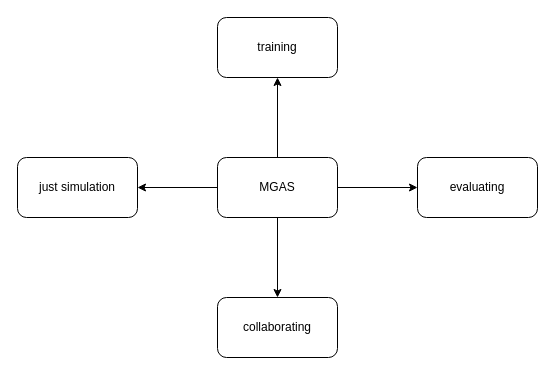
Above: page "Application_framework" (4 of 4) of Sim_Survey.drawio in bianhua-12/Multi-generative_Agent_System_survey (draw.io), before the change. Source tidied: cells renumbered, new cells numbered last; positions are measured from the earlier drawing's top-left corner, leaving out a move shared by most shapes. Both pictures are drawn from the tidied source at 100%, with x=0, y=0 at pixel (17, 17).
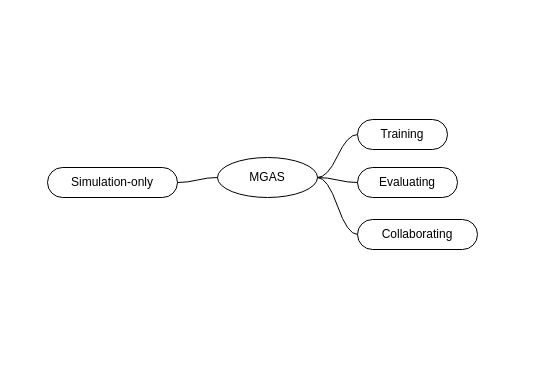
After the change.

Commit message:
重新构建Application_framework

The edit, as a diff of the source:
```diff
@@
 <mxGraphModel>
   <root>
     <mxCell id="0" />
     <mxCell id="1" parent="0" />
-    <mxCell id="2" style="edgeStyle=orthogonalEdgeStyle;rounded=0;jettySize=auto;html=1;" parent="1" edge="1" source="6" target="7">
-      <mxGeometry relative="1" as="geometry" />
-    </mxCell>
-    <mxCell id="3" style="edgeStyle=orthogonalEdgeStyle;rounded=0;jettySize=auto;html=1;" parent="1" edge="1" source="6" target="8">
-      <mxGeometry relative="1" as="geometry" />
-    </mxCell>
-    <mxCell id="4" style="edgeStyle=orthogonalEdgeStyle;rounded=0;jettySize=auto;html=1;" parent="1" edge="1" source="6" target="9">
-      <mxGeometry relative="1" as="geometry" />
-    </mxCell>
-    <mxCell id="5" style="edgeStyle=orthogonalEdgeStyle;rounded=0;jettySize=auto;html=1;" parent="1" edge="1" source="6" target="10">
-      <mxGeometry relative="1" as="geometry" />
-    </mxCell>
-    <mxCell id="6" value="MGAS" style="rounded=1;whiteSpace=wrap;html=1;" parent="1" vertex="1">
-      <mxGeometry x="200" y="140" width="120" height="60" as="geometry" />
+    <mxCell id="6" value="MGAS" style="ellipse;whiteSpace=wrap;html=1;align=center;newEdgeStyle={&quot;edgeStyle&quot;:&quot;entityRelationEdgeStyle&quot;,&quot;startArrow&quot;:&quot;none&quot;,&quot;endArrow&quot;:&quot;none&quot;,&quot;segment&quot;:10,&quot;curved&quot;:1,&quot;sourcePerimeterSpacing&quot;:0,&quot;targetPerimeterSpacing&quot;:0};" parent="1" vertex="1">
+      <mxGeometry x="200" y="140" width="100" height="40" as="geometry" />
     </mxCell>
-    <mxCell id="7" value="evaluating" style="whiteSpace=wrap;html=1;rounded=1;" parent="1" vertex="1">
-      <mxGeometry x="400" y="140" width="120" height="60" as="geometry" />
-    </mxCell>
-    <mxCell id="8" value="just simulation" style="whiteSpace=wrap;html=1;rounded=1;" parent="1" vertex="1">
-      <mxGeometry y="140" width="120" height="60" as="geometry" />
-    </mxCell>
-    <mxCell id="9" value="training" style="whiteSpace=wrap;html=1;rounded=1;" parent="1" vertex="1">
-      <mxGeometry x="200" width="120" height="60" as="geometry" />
-    </mxCell>
-    <mxCell id="10" value="collaborating" style="whiteSpace=wrap;html=1;rounded=1;" parent="1" vertex="1">
-      <mxGeometry x="200" y="280" width="120" height="60" as="geometry" />
-    </mxCell>
+    <mxCell id="11" value="Simulation-only" style="whiteSpace=wrap;html=1;rounded=1;arcSize=50;align=center;verticalAlign=middle;strokeWidth=1;spacing=4;newEdgeStyle={&quot;edgeStyle&quot;:&quot;entityRelationEdgeStyle&quot;,&quot;startArrow&quot;:&quot;none&quot;,&quot;endArrow&quot;:&quot;none&quot;,&quot;segment&quot;:10,&quot;curved&quot;:1,&quot;sourcePerimeterSpacing&quot;:0,&quot;targetPerimeterSpacing&quot;:0};" parent="1" vertex="1">
+      <mxGeometry x="30" y="150" width="130" height="30" as="geometry" />
+    </mxCell>
+    <mxCell id="12" style="edgeStyle=entityRelationEdgeStyle;startArrow=none;endArrow=none;segment=10;curved=1;sourcePerimeterSpacing=0;targetPerimeterSpacing=0;rounded=0;exitX=0;exitY=0.5;exitDx=0;exitDy=0;" parent="1" edge="1" source="6" target="11">
+      <mxGeometry relative="1" as="geometry" />
+    </mxCell>
+    <mxCell id="13" value="Training" style="whiteSpace=wrap;html=1;rounded=1;arcSize=50;align=center;verticalAlign=middle;strokeWidth=1;spacing=4;newEdgeStyle={&quot;edgeStyle&quot;:&quot;entityRelationEdgeStyle&quot;,&quot;startArrow&quot;:&quot;none&quot;,&quot;endArrow&quot;:&quot;none&quot;,&quot;segment&quot;:10,&quot;curved&quot;:1,&quot;sourcePerimeterSpacing&quot;:0,&quot;targetPerimeterSpacing&quot;:0};" parent="1" vertex="1">
+      <mxGeometry x="340" y="102" width="90" height="30" as="geometry" />
+    </mxCell>
+    <mxCell id="14" style="edgeStyle=entityRelationEdgeStyle;startArrow=none;endArrow=none;segment=10;curved=1;sourcePerimeterSpacing=0;targetPerimeterSpacing=0;rounded=0;exitX=1;exitY=0.5;exitDx=0;exitDy=0;" parent="1" edge="1" source="6" target="13">
+      <mxGeometry relative="1" as="geometry">
+        <Array as="points">
+          <mxPoint x="320" y="204" />
+        </Array>
+      </mxGeometry>
+    </mxCell>
+    <mxCell id="15" value="Evaluating" style="whiteSpace=wrap;html=1;rounded=1;arcSize=50;align=center;verticalAlign=middle;strokeWidth=1;spacing=4;newEdgeStyle={&quot;edgeStyle&quot;:&quot;entityRelationEdgeStyle&quot;,&quot;startArrow&quot;:&quot;none&quot;,&quot;endArrow&quot;:&quot;none&quot;,&quot;segment&quot;:10,&quot;curved&quot;:1,&quot;sourcePerimeterSpacing&quot;:0,&quot;targetPerimeterSpacing&quot;:0};" parent="1" vertex="1">
+      <mxGeometry x="340" y="150" width="100" height="30" as="geometry" />
+    </mxCell>
+    <mxCell id="16" style="edgeStyle=entityRelationEdgeStyle;startArrow=none;endArrow=none;segment=10;curved=1;sourcePerimeterSpacing=0;targetPerimeterSpacing=0;rounded=0;exitX=1;exitY=0.5;exitDx=0;exitDy=0;" parent="1" edge="1" source="6" target="15">
+      <mxGeometry relative="1" as="geometry" />
+    </mxCell>
+    <mxCell id="17" value="Collaborating" style="whiteSpace=wrap;html=1;rounded=1;arcSize=50;align=center;verticalAlign=middle;strokeWidth=1;spacing=4;newEdgeStyle={&quot;edgeStyle&quot;:&quot;entityRelationEdgeStyle&quot;,&quot;startArrow&quot;:&quot;none&quot;,&quot;endArrow&quot;:&quot;none&quot;,&quot;segment&quot;:10,&quot;curved&quot;:1,&quot;sourcePerimeterSpacing&quot;:0,&quot;targetPerimeterSpacing&quot;:0};" parent="1" vertex="1">
+      <mxGeometry x="340" y="202" width="120" height="30" as="geometry" />
+    </mxCell>
+    <mxCell id="18" style="edgeStyle=entityRelationEdgeStyle;startArrow=none;endArrow=none;segment=10;curved=1;sourcePerimeterSpacing=0;targetPerimeterSpacing=0;rounded=0;exitX=1;exitY=0.5;exitDx=0;exitDy=0;" parent="1" edge="1" source="6" target="17">
+      <mxGeometry relative="1" as="geometry" />
+    </mxCell>
   </root>
 </mxGraphModel>
```
